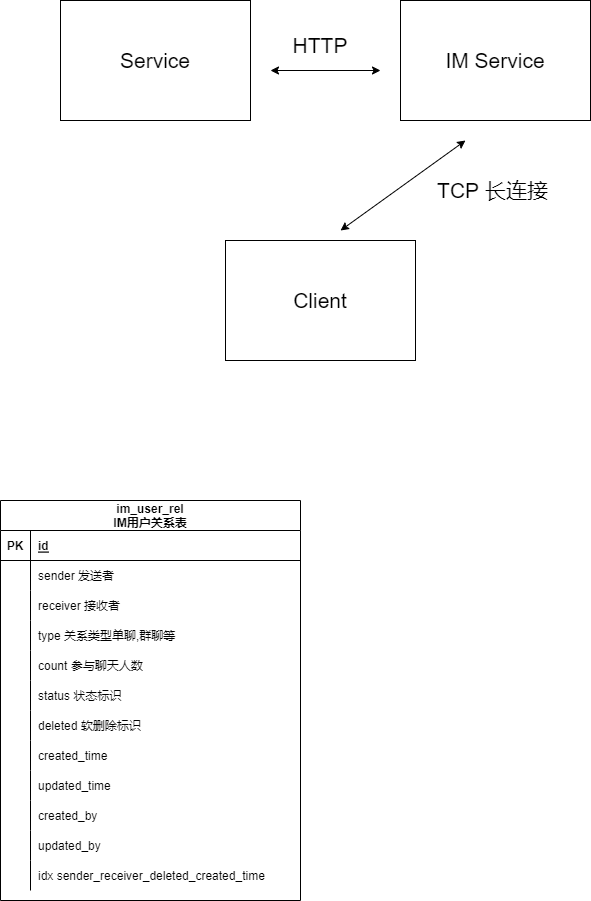
Above: jbh/im-module.png in GitHeP/diagrams (draw.io), before the change. Source tidied: cells renumbered, new cells last; positions are measured from the earlier drawing's top-left corner, leaving out a move shared by most shapes.
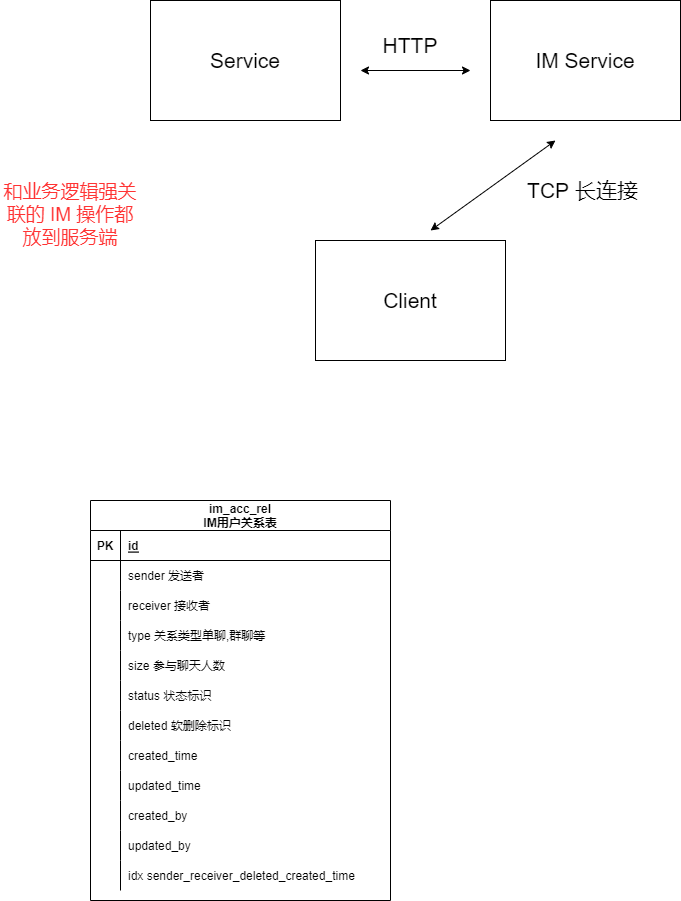
After the change.

Diff of the diagram source:
```diff
@@ -29,7 +29,7 @@
     <mxCell id="8" value="TCP 长连接" style="text;html=1;strokeColor=none;fillColor=none;align=center;verticalAlign=middle;whiteSpace=wrap;rounded=0;fontSize=21;" parent="1" vertex="1">
       <mxGeometry x="430" y="170" width="125" height="40" as="geometry" />
     </mxCell>
-    <mxCell id="9" value="im_user_rel&#10;IM用户关系表" style="shape=table;startSize=30;rowLines=0;fontStyle=1;align=center;" parent="1" vertex="1">
+    <mxCell id="9" value="im_acc_rel&#10;IM用户关系表" style="shape=table;startSize=30;rowLines=0;fontStyle=1;align=center;" parent="1" vertex="1">
       <mxGeometry y="500" width="300" height="400" as="geometry" />
     </mxCell>
     <mxCell id="10" style="shape=tableRow;horizontal=0;startSize=0;swimlaneHead=0;swimlaneBody=0;fillColor=none;top=0;left=0;right=0;bottom=1;" parent="9" vertex="1">
@@ -74,7 +74,7 @@
     <mxCell id="23" style="shape=partialRectangle;fillColor=none;top=0;left=0;bottom=0;right=0;overflow=hidden;" parent="22" vertex="1">
       <mxGeometry width="30" height="30" as="geometry" />
     </mxCell>
-    <mxCell id="24" value="count 参与聊天人数" style="shape=partialRectangle;fillColor=none;top=0;left=0;bottom=0;right=0;align=left;spacingLeft=6;overflow=hidden;" parent="22" vertex="1">
+    <mxCell id="24" value="size 参与聊天人数" style="shape=partialRectangle;fillColor=none;top=0;left=0;bottom=0;right=0;align=left;spacingLeft=6;overflow=hidden;" parent="22" vertex="1">
       <mxGeometry x="30" width="270" height="30" as="geometry" />
     </mxCell>
     <mxCell id="25" style="shape=tableRow;horizontal=0;startSize=0;swimlaneHead=0;swimlaneBody=0;fillColor=none;top=0;left=0;right=0;bottom=0;" parent="9" vertex="1">
@@ -140,5 +140,8 @@
     <mxCell id="45" value="idx sender_receiver_deleted_created_time" style="shape=partialRectangle;fillColor=none;top=0;left=0;bottom=0;right=0;align=left;spacingLeft=6;overflow=hidden;" parent="43" vertex="1">
       <mxGeometry x="30" width="270" height="30" as="geometry" />
     </mxCell>
+    <mxCell id="46" value="&lt;font color=&quot;#ff3333&quot; style=&quot;font-size: 19px;&quot;&gt;和业务逻辑强关联的 IM 操作都放到服务端&lt;/font&gt;" style="text;html=1;strokeColor=none;fillColor=none;align=center;verticalAlign=middle;whiteSpace=wrap;rounded=0;" parent="1" vertex="1">
+      <mxGeometry x="-90" y="170" width="140" height="90" as="geometry" />
+    </mxCell>
   </root>
 </mxGraphModel>
```
